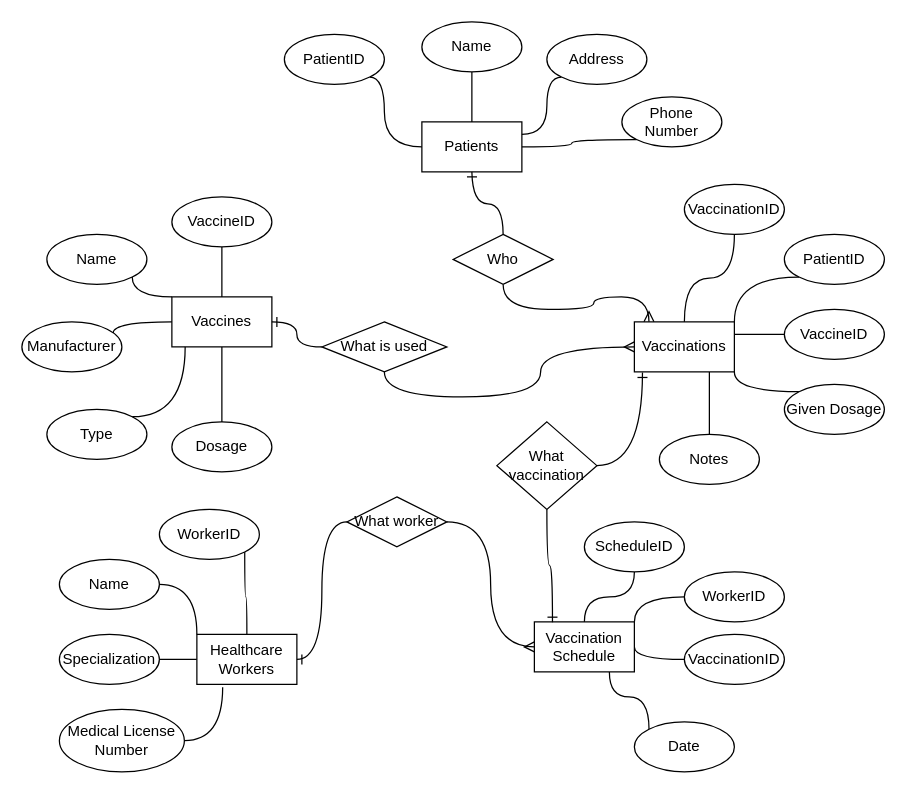
Above: lab1.drawio in Coltenus/BD-Lab-1 (draw.io), before the change. Source tidied: cells renumbered, new cells numbered last; positions are measured from the earlier drawing's top-left corner, leaving out a move shared by most shapes. Both pictures are drawn from the tidied source at 125%, with x=0, y=0 at pixel (21, 21).
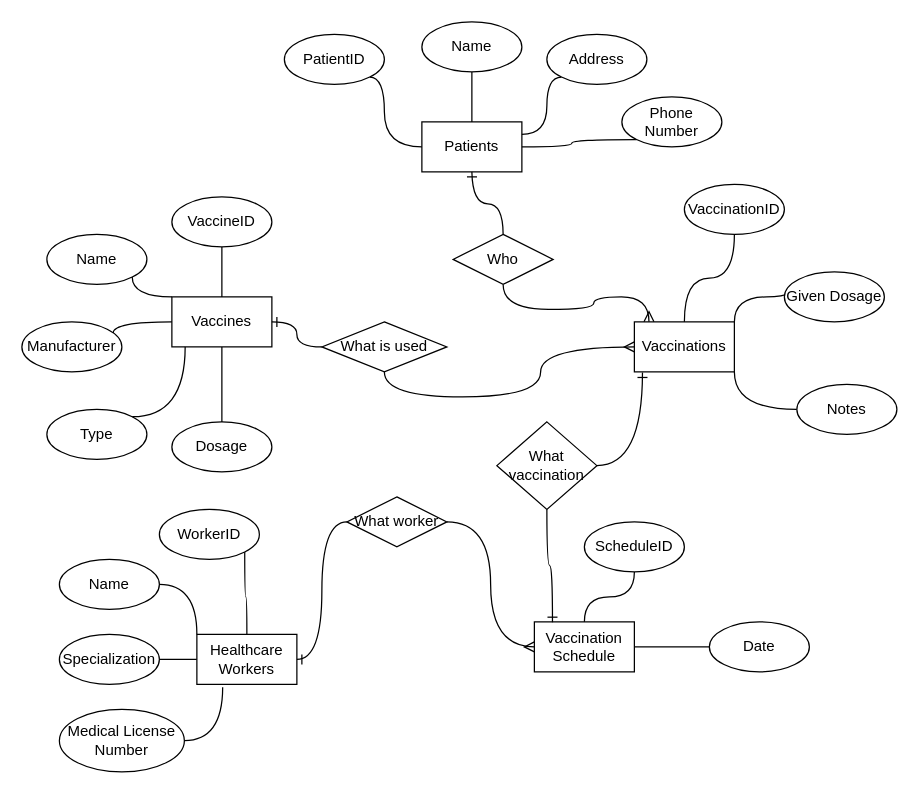
The same diagram, later.

The change refers to these unchanged cells:
```xml
<mxCell id="5" value="Vaccinations" style="whiteSpace=wrap;html=1;" parent="1" vertex="1">
  <mxGeometry x="490" y="240" width="80" height="40" as="geometry" />
</mxCell>
<mxCell id="13" value="Vaccination Schedule" style="whiteSpace=wrap;html=1;" parent="1" vertex="1">
  <mxGeometry x="410" y="480" width="80" height="40" as="geometry" />
</mxCell>
```

Change to the diagram source:
```diff
@@
-    <mxCell id="11" style="edgeStyle=orthogonalEdgeStyle;rounded=0;jettySize=auto;html=1;exitX=1;exitY=0;exitDx=0;exitDy=0;entryX=0;entryY=0.5;entryDx=0;entryDy=0;curved=1;endArrow=none;endFill=0;" parent="1" edge="1" source="13" target="44">
-      <mxGeometry relative="1" as="geometry" />
-    </mxCell>
-    <mxCell id="12" style="edgeStyle=orthogonalEdgeStyle;rounded=0;jettySize=auto;html=1;exitX=1;exitY=0.5;exitDx=0;exitDy=0;entryX=0;entryY=0.5;entryDx=0;entryDy=0;curved=1;endArrow=none;endFill=0;" parent="1" edge="1" source="13" target="45">
-      <mxGeometry relative="1" as="geometry">
-        <Array as="points">
-          <mxPoint x="490" y="510" />
-        </Array>
-      </mxGeometry>
-    </mxCell>
@@
-    <mxCell id="31" style="edgeStyle=orthogonalEdgeStyle;rounded=0;jettySize=auto;html=1;exitX=0;exitY=1;exitDx=0;exitDy=0;entryX=1;entryY=0;entryDx=0;entryDy=0;curved=1;endArrow=none;endFill=0;" parent="1" edge="1" source="32" target="5">
-      <mxGeometry relative="1" as="geometry" />
-    </mxCell>
-    <mxCell id="32" value="PatientID" style="ellipse;whiteSpace=wrap;html=1;" parent="1" vertex="1">
-      <mxGeometry x="610" y="170" width="80" height="40" as="geometry" />
-    </mxCell>
-    <mxCell id="33" style="edgeStyle=orthogonalEdgeStyle;rounded=0;jettySize=auto;html=1;exitX=0;exitY=0.5;exitDx=0;exitDy=0;entryX=1;entryY=0.25;entryDx=0;entryDy=0;curved=1;endArrow=none;endFill=0;" parent="1" edge="1" source="34" target="5">
-      <mxGeometry relative="1" as="geometry" />
-    </mxCell>
-    <mxCell id="34" value="VaccineID" style="ellipse;whiteSpace=wrap;html=1;" parent="1" vertex="1">
-      <mxGeometry x="610" y="230" width="80" height="40" as="geometry" />
-    </mxCell>
-    <mxCell id="35" style="edgeStyle=orthogonalEdgeStyle;rounded=0;jettySize=auto;html=1;exitX=0;exitY=0;exitDx=0;exitDy=0;entryX=1;entryY=1;entryDx=0;entryDy=0;curved=1;endArrow=none;endFill=0;" parent="1" edge="1" source="36" target="5">
+    <mxCell id="35" style="edgeStyle=orthogonalEdgeStyle;rounded=0;jettySize=auto;html=1;exitX=0;exitY=0;exitDx=0;exitDy=0;curved=1;endArrow=none;endFill=0;" parent="1" edge="1" source="36">
       <mxGeometry relative="1" as="geometry">
+        <mxPoint x="570" y="240" as="targetPoint" />
         <Array as="points">
-          <mxPoint x="570" y="296" />
+          <mxPoint x="622" y="220" />
+          <mxPoint x="570" y="220" />
         </Array>
       </mxGeometry>
     </mxCell>
     <mxCell id="36" value="Given Dosage" style="ellipse;whiteSpace=wrap;html=1;" parent="1" vertex="1">
-      <mxGeometry x="610" y="290" width="80" height="40" as="geometry" />
+      <mxGeometry x="610" y="200" width="80" height="40" as="geometry" />
     </mxCell>
-    <mxCell id="37" style="edgeStyle=orthogonalEdgeStyle;rounded=0;jettySize=auto;html=1;exitX=0.5;exitY=0;exitDx=0;exitDy=0;entryX=0.75;entryY=1;entryDx=0;entryDy=0;endArrow=none;endFill=0;curved=1;" parent="1" edge="1" source="38" target="5">
+    <mxCell id="37" style="edgeStyle=orthogonalEdgeStyle;rounded=0;jettySize=auto;html=1;exitX=0;exitY=0.5;exitDx=0;exitDy=0;entryX=1;entryY=1;entryDx=0;entryDy=0;curved=1;endArrow=none;endFill=0;" parent="1" edge="1" source="38" target="5">
       <mxGeometry relative="1" as="geometry" />
     </mxCell>
     <mxCell id="38" value="Notes" style="ellipse;whiteSpace=wrap;html=1;" parent="1" vertex="1">
-      <mxGeometry x="510" y="330" width="80" height="40" as="geometry" />
+      <mxGeometry x="620" y="290" width="80" height="40" as="geometry" />
     </mxCell>
@@
-    <mxCell id="44" value="WorkerID" style="ellipse;whiteSpace=wrap;html=1;" parent="1" vertex="1">
-      <mxGeometry x="530" y="440" width="80" height="40" as="geometry" />
-    </mxCell>
-    <mxCell id="45" value="VaccinationID" style="ellipse;whiteSpace=wrap;html=1;" parent="1" vertex="1">
-      <mxGeometry x="530" y="490" width="80" height="40" as="geometry" />
-    </mxCell>
-    <mxCell id="46" style="edgeStyle=orthogonalEdgeStyle;rounded=0;jettySize=auto;html=1;exitX=0;exitY=0;exitDx=0;exitDy=0;entryX=0.75;entryY=1;entryDx=0;entryDy=0;curved=1;endArrow=none;endFill=0;" parent="1" edge="1" source="47" target="13">
+    <mxCell id="46" style="edgeStyle=orthogonalEdgeStyle;rounded=0;jettySize=auto;html=1;exitX=0;exitY=0.5;exitDx=0;exitDy=0;entryX=1;entryY=0.5;entryDx=0;entryDy=0;curved=1;endArrow=none;endFill=0;" parent="1" edge="1" source="47" target="13">
       <mxGeometry relative="1" as="geometry" />
     </mxCell>
     <mxCell id="47" value="Date" style="ellipse;whiteSpace=wrap;html=1;" parent="1" vertex="1">
-      <mxGeometry x="490" y="560" width="80" height="40" as="geometry" />
+      <mxGeometry x="550" y="480" width="80" height="40" as="geometry" />
     </mxCell>
```
